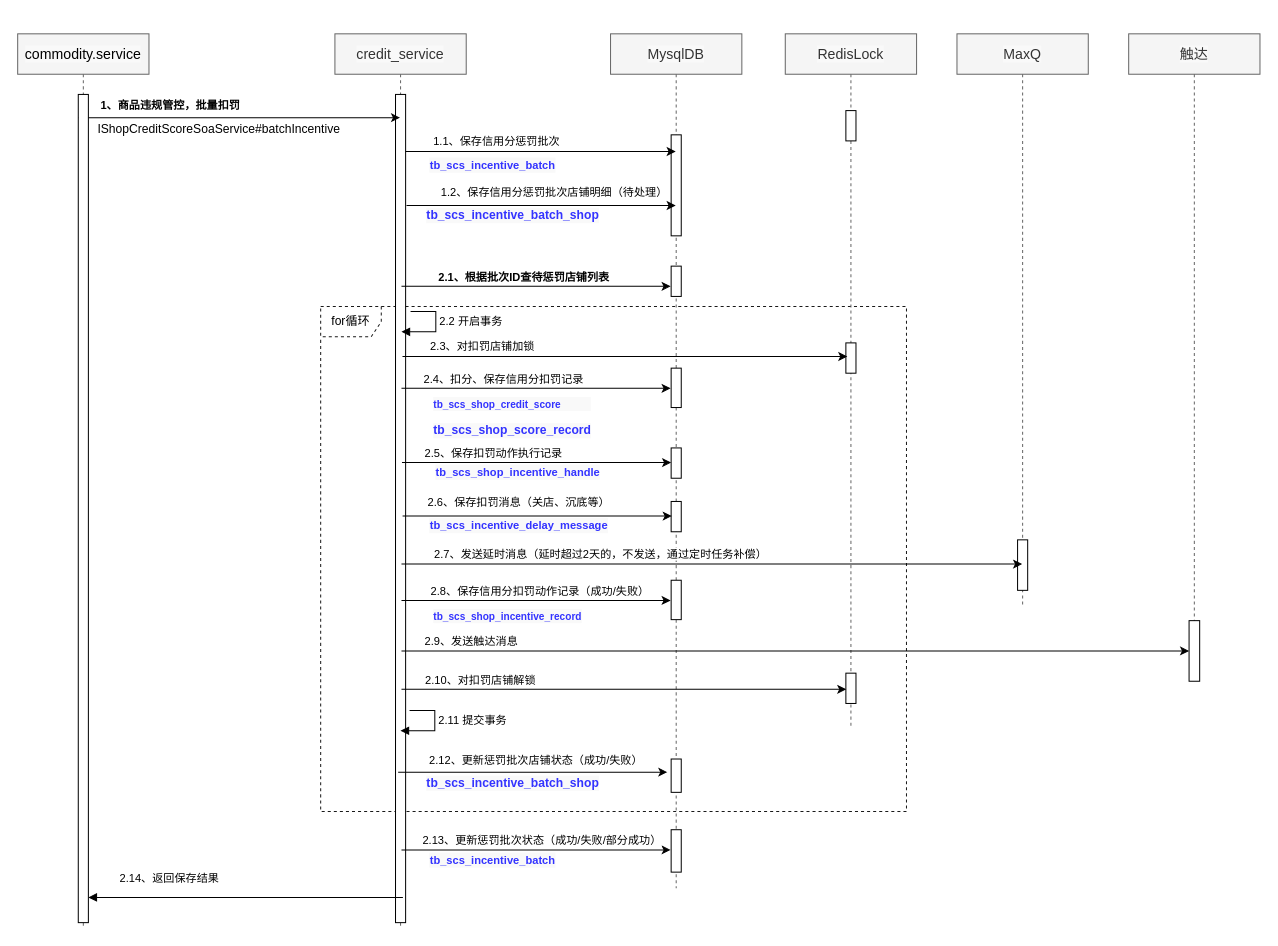
jon-kong/draw.io keeps this draw.io diagram as page "批量扣罚（SOA）流程" (6 of 7) of 信用分架构.drawio. Above is the earlier version. Source tidied: cells renumbered, new cells numbered last; positions are measured from the earlier drawing's top-left corner, leaving out a move shared by most shapes. Both pictures are drawn from the tidied source at 101%, with x=0, y=0 at pixel (17, 33).
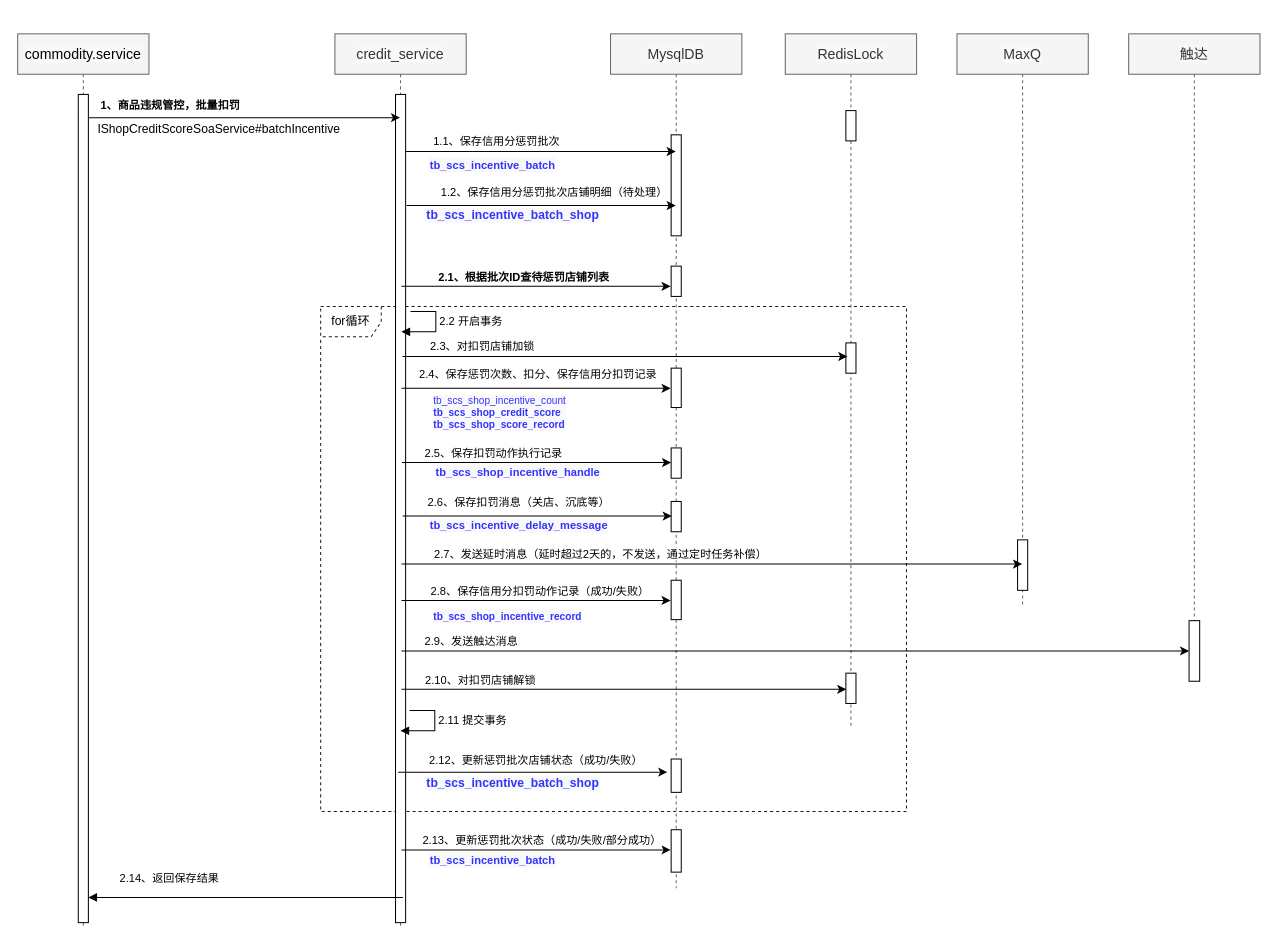
The same page after the edit.

Unchanged cells that the change refers to:
```xml
<mxCell id="32" style="rounded=0;orthogonalLoop=1;jettySize=auto;html=1;exitX=0.59;exitY=0.25;exitDx=0;exitDy=0;exitPerimeter=0;" parent="1" edge="1">
  <mxGeometry relative="1" as="geometry">
    <mxPoint x="380" y="351" as="sourcePoint" />
    <mxPoint x="646.5" y="351" as="targetPoint" />
  </mxGeometry>
</mxCell>
```

Change to the diagram source:
```diff
@@
-    <mxCell id="31" value="&lt;pre style=&quot;background-color: rgb(249 , 249 , 249) ; font-family: &amp;#34;fira code retina&amp;#34;&quot;&gt;&lt;span style=&quot;line-height: 100%&quot;&gt;&lt;font style=&quot;line-height: 100% ; font-size: 10px&quot; color=&quot;#3333ff&quot;&gt;&lt;b&gt;tb_scs_shop_credit_score&lt;/b&gt;&lt;/font&gt;&lt;/span&gt;&lt;/pre&gt;&lt;pre style=&quot;background-color: rgb(249 , 249 , 249) ; font-family: &amp;#34;fira code retina&amp;#34;&quot;&gt;&lt;font color=&quot;#3333ff&quot;&gt;&lt;b&gt;tb_scs_shop_score_record&lt;/b&gt;&lt;/font&gt;&lt;/pre&gt;" style="text;whiteSpace=wrap;html=1;opacity=90;" parent="1" vertex="1">
+    <mxCell id="31" value="&lt;pre style=&quot;background-color: rgb(249 , 249 , 249) ; font-family: &amp;#34;fira code retina&amp;#34; ; font-size: 10px&quot;&gt;&lt;span style=&quot;line-height: 100% ; font-size: 10px&quot;&gt;&lt;font style=&quot;line-height: 100% ; font-size: 10px&quot; color=&quot;#3333ff&quot;&gt;tb_scs_shop_incentive_count&lt;br style=&quot;font-size: 10px&quot;&gt;&lt;/font&gt;&lt;/span&gt;&lt;b style=&quot;color: rgb(51 , 51 , 255) ; white-space: normal ; font-size: 10px&quot;&gt;&lt;span style=&quot;font-size: 10px&quot;&gt;tb_scs_shop_credit_score&lt;br style=&quot;font-size: 10px&quot;&gt;&lt;/span&gt;&lt;/b&gt;&lt;b style=&quot;color: rgb(51 , 51 , 255) ; white-space: normal ; font-size: 10px&quot;&gt;tb_scs_shop_score_record&lt;/b&gt;&lt;/pre&gt;" style="text;whiteSpace=wrap;html=1;opacity=90;" parent="1" vertex="1">
       <mxGeometry x="410" y="341" width="200" height="39" as="geometry" />
     </mxCell>
@@
-    <mxCell id="33" value="2.4、扣分、保存信用分扣罚记录" style="edgeLabel;html=1;align=center;verticalAlign=middle;" parent="32" vertex="1">
+    <mxCell id="33" value="2.4、保存惩罚次数、扣分、保存信用分扣罚记录" style="edgeLabel;html=1;align=center;verticalAlign=middle;" parent="32" vertex="1">
       <mxGeometry x="-0.01" y="-14" relative="1" as="geometry">
-        <mxPoint x="-32" y="-24" as="offset" />
+        <mxPoint x="2" y="-29" as="offset" />
       </mxGeometry>
     </mxCell>
```
